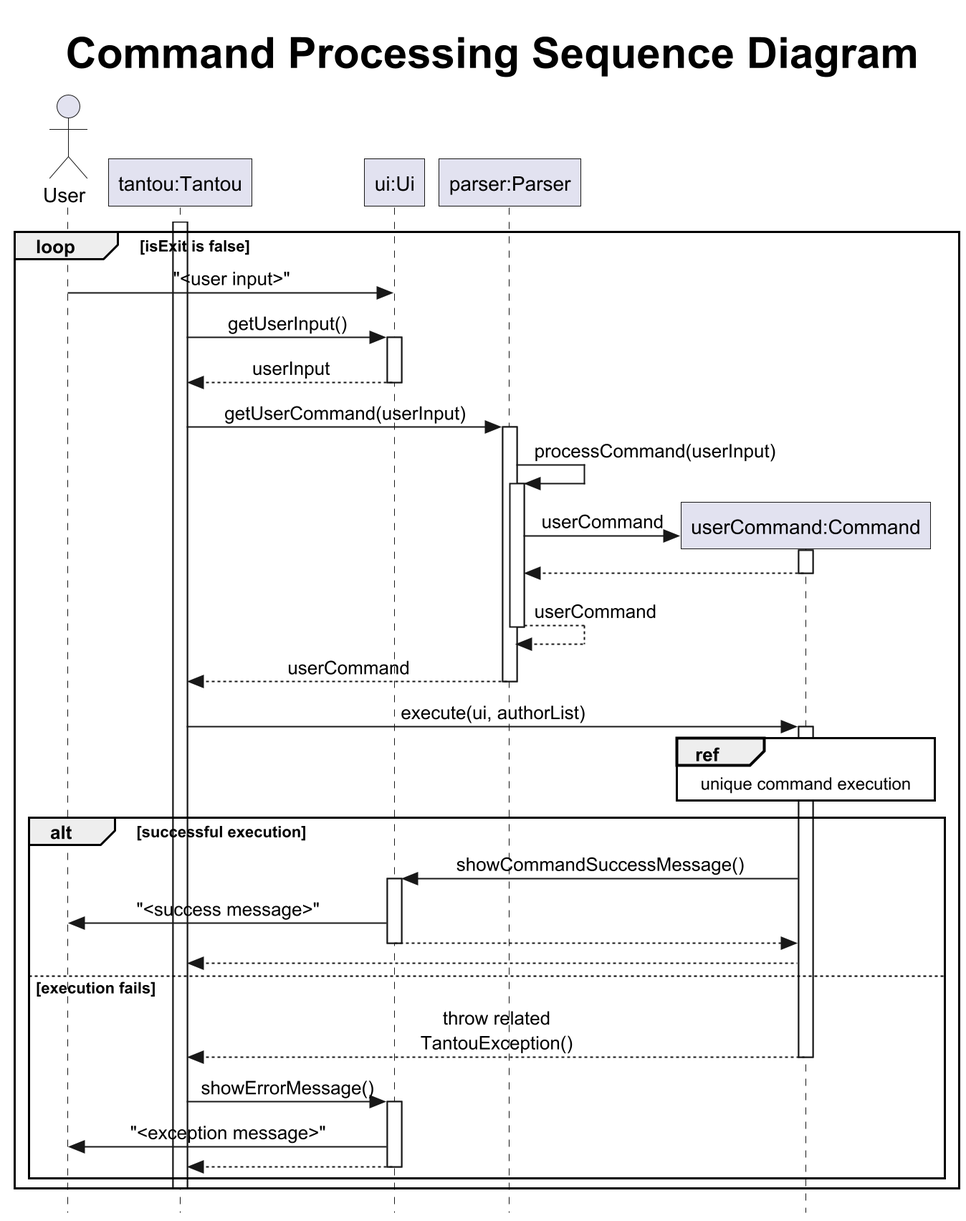
Above: docs/uml/images/CommandSequence.png in xenthm/tp (PlantUML), before the change. Its source is kept beside it as docs/uml/puml/CommandSequence.puml. Source of this version:
```plantuml
@startuml
!include .PlantUMLSequence.config
autoactivate off
title <size:30> Command Processing Sequence Diagram

actor User
participant "tantou:Tantou" as tantou
participant "ui:Ui" as ui
participant "parser:Parser" as parser
participant "userCommand:Command" as userCommand

activate tantou
    loop isExit is false
    User -> ui: "<user input>"
    tantou -> ui: getUserInput()
    activate ui
    ui --> tantou: userInput
    deactivate ui

    tantou -> parser: getUserCommand(userInput)
    activate parser

    parser -> parser: processCommand(userInput)

    activate parser

    create userCommand
    parser -> userCommand : userCommand
    activate userCommand
    userCommand --> parser
    deactivate userCommand

    parser --> parser: userCommand
    deactivate parser
    parser --> tantou: userCommand
    deactivate parser


    tantou -> userCommand: execute(ui, authorList)
    activate userCommand
        ref over userCommand: unique command execution
            alt successful execution
            userCommand -> ui: showCommandSuccessMessage()
            activate ui
            ui -> User: "<success message>"
            ui --> userCommand
            deactivate ui
            userCommand --> tantou
            else execution fails
            userCommand --> tantou: throw related TantouException()
            deactivate userCommand
            tantou -> ui: showErrorMessage()
            activate ui
            ui -> User: "<exception message>"
            ui --> tantou
            deactivate ui
    deactivate userCommand
    end
deactivate tantou
end
autoactivate on
@enduml
```
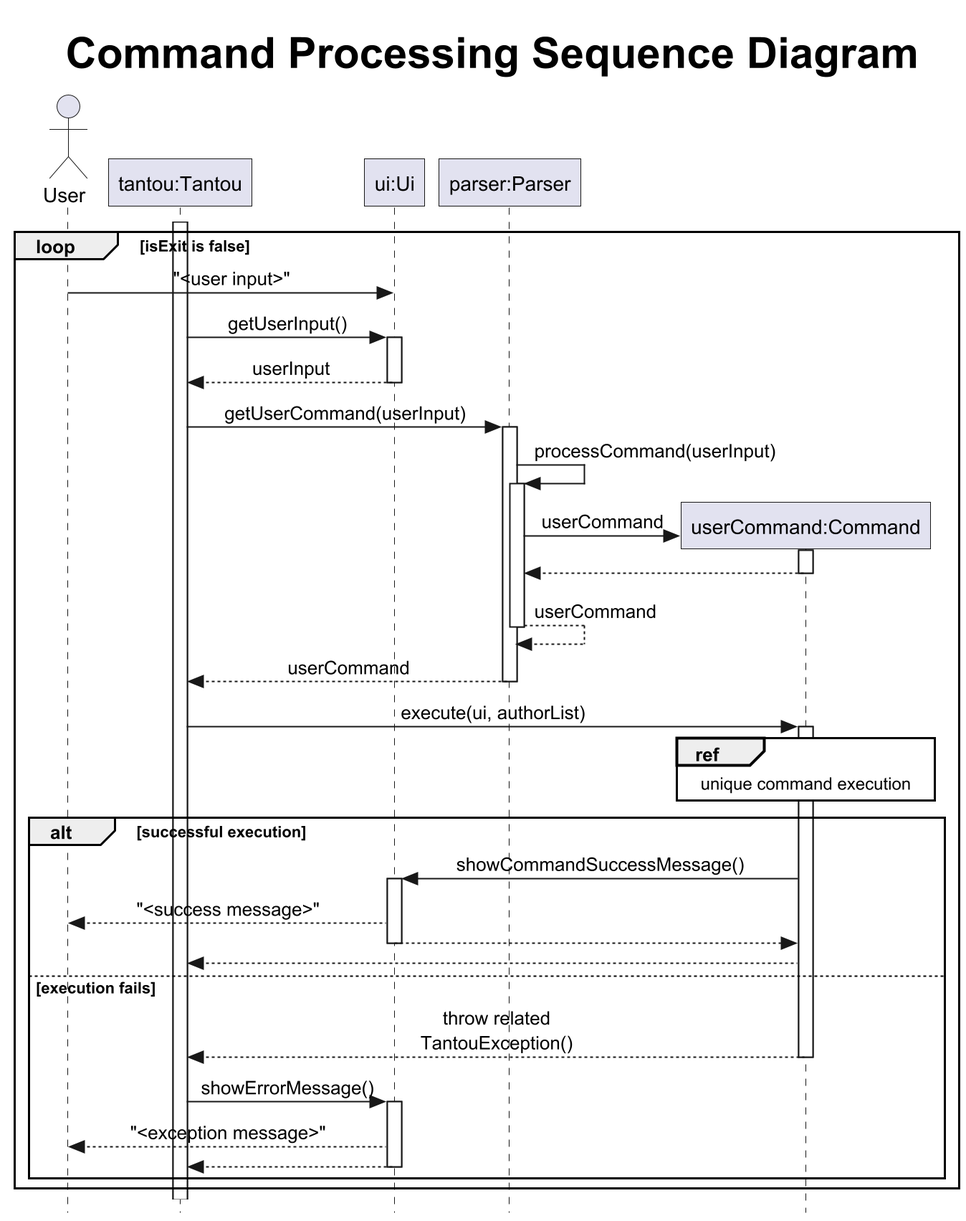
After the change.

Commit message:
Update CommandSequence with corrections

Diff of the diagram source:
```diff
@@ -42,7 +42,7 @@
             alt successful execution
             userCommand -> ui: showCommandSuccessMessage()
             activate ui
-            ui -> User: "<success message>"
+            ui --> User: "<success message>"
             ui --> userCommand
             deactivate ui
             userCommand --> tantou
@@ -51,12 +51,11 @@
             deactivate userCommand
             tantou -> ui: showErrorMessage()
             activate ui
-            ui -> User: "<exception message>"
+            ui --> User: "<exception message>"
             ui --> tantou
             deactivate ui
     deactivate userCommand
     end
-deactivate tantou
 end
 autoactivate on
 @enduml
```
